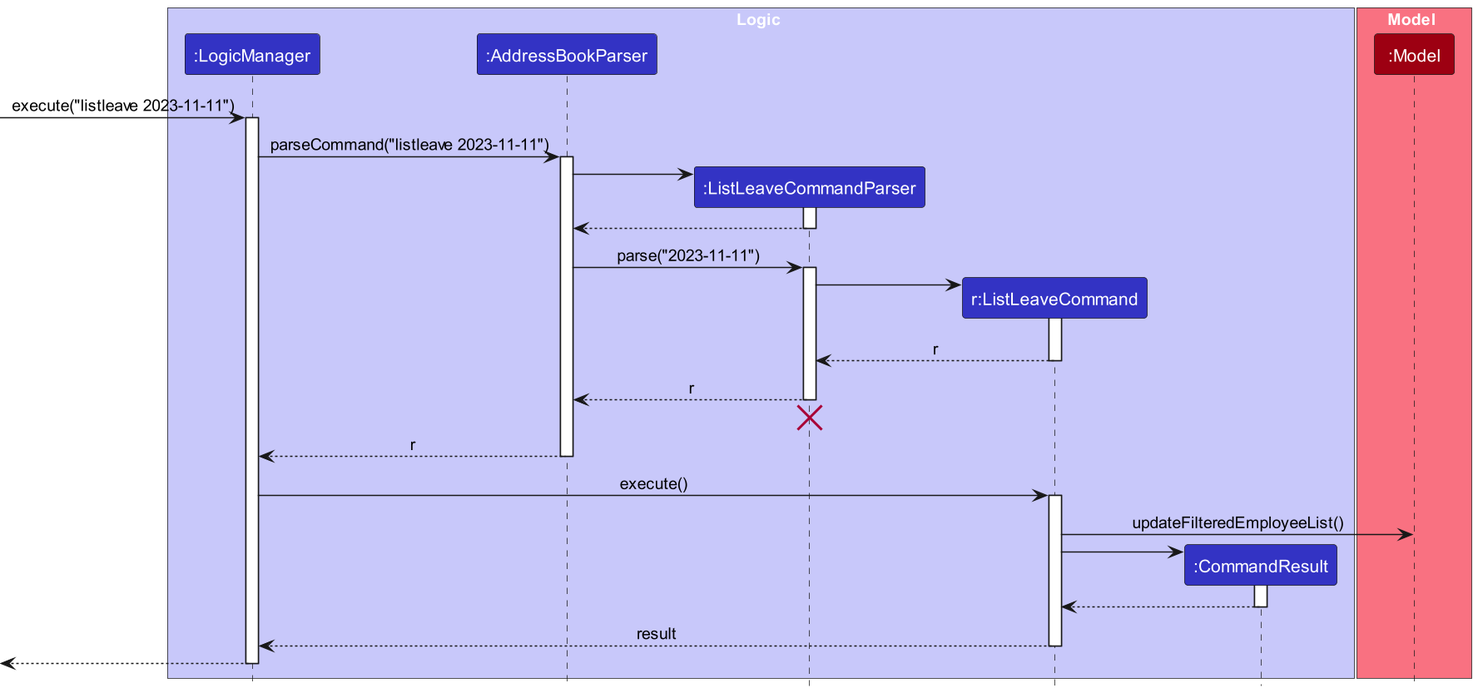
nus-cs2103-AY2324S1/tp keeps this PlantUML diagram as docs/images/uml-diagrams/ListLeaveSequenceDiagram.png. Above is the earlier version. Its source is kept beside it as docs/diagrams/ListLeaveSequenceDiagram.puml. The source it was exported from:
```plantuml
@startuml
!include style.puml
skinparam ArrowFontStyle plain

box Logic LOGIC_COLOR_T1
participant ":LogicManager" as LogicManager LOGIC_COLOR
participant ":AddressBookParser" as AddressBookParser LOGIC_COLOR
participant ":ListLeaveCommandParser" as ListLeaveCommandParser LOGIC_COLOR
participant "r:ListLeaveCommand" as ListLeaveCommand LOGIC_COLOR
participant ":CommandResult" as CommandResult LOGIC_COLOR
end box

box Model MODEL_COLOR_T1
participant ":Model" as Model MODEL_COLOR
end box

[-> LogicManager : execute("listleave 2023-11-11")
activate LogicManager

LogicManager -> AddressBookParser : parseCommand("listleave 2023-11-11")
activate AddressBookParser

create ListLeaveCommandParser
AddressBookParser -> ListLeaveCommandParser
activate ListLeaveCommandParser

ListLeaveCommandParser --> AddressBookParser
deactivate ListLeaveCommandParser

AddressBookParser -> ListLeaveCommandParser : parse("2023-11-11")
activate ListLeaveCommandParser

create ListLeaveCommand
ListLeaveCommandParser -> ListLeaveCommand
activate ListLeaveCommand

ListLeaveCommand --> ListLeaveCommandParser : r
deactivate ListLeaveCommand

ListLeaveCommandParser --> AddressBookParser : r
deactivate ListLeaveCommandParser
ListLeaveCommandParser -[hidden]-> AddressBookParser
destroy ListLeaveCommandParser

AddressBookParser --> LogicManager : r
deactivate AddressBookParser

LogicManager -> ListLeaveCommand : execute()
activate ListLeaveCommand

ListLeaveCommand -> Model : updateFilteredEmployeeList()

create CommandResult
ListLeaveCommand -> CommandResult
activate CommandResult

CommandResult --> ListLeaveCommand
deactivate CommandResult

ListLeaveCommand --> LogicManager : result
deactivate ListLeaveCommand

[<--LogicManager
deactivate LogicManager
@enduml
```
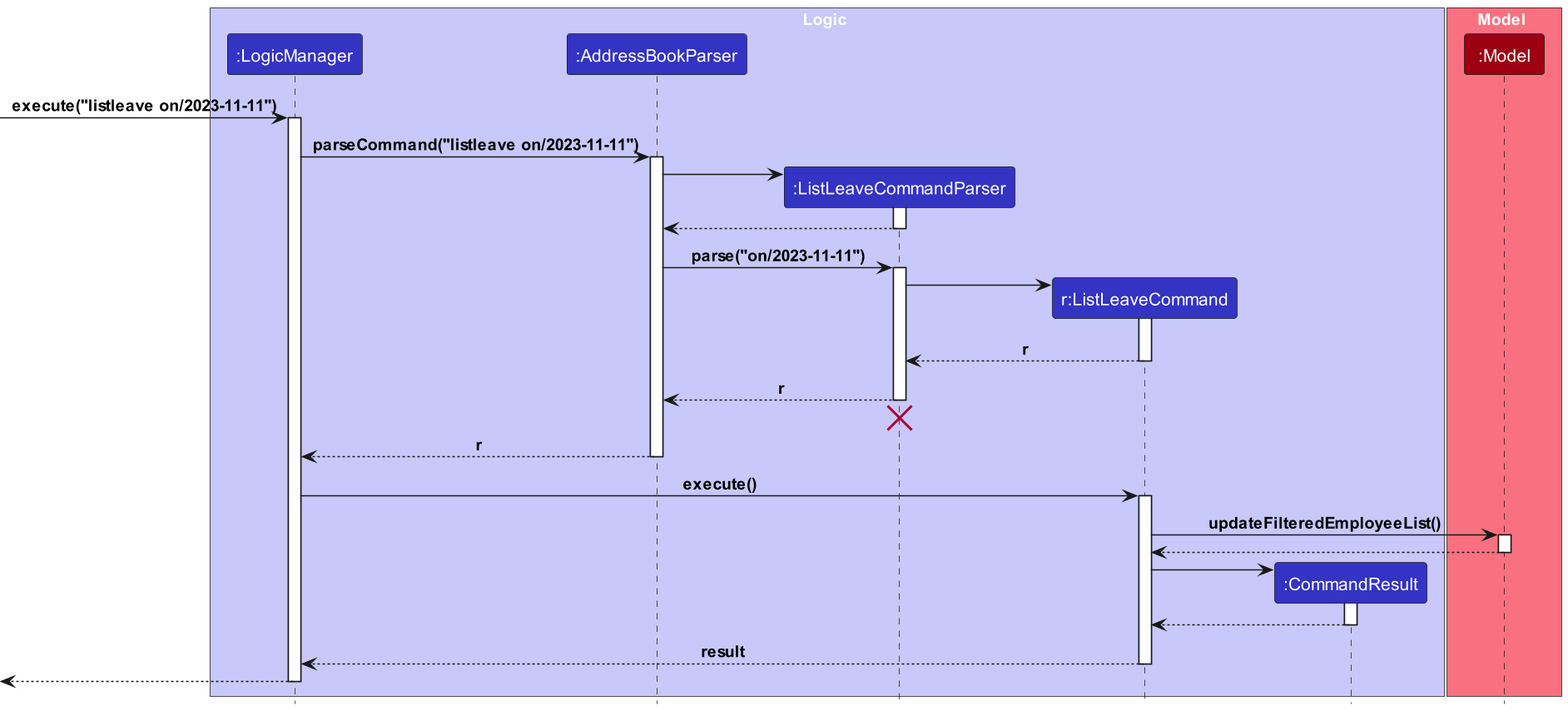
After the change.

Commit message:
Update UML diagrams for addleave and listleave

The edit, as a diff of the source:
```diff
@@ -1,6 +1,5 @@
 @startuml
 !include style.puml
-skinparam ArrowFontStyle plain
 
 box Logic LOGIC_COLOR_T1
 participant ":LogicManager" as LogicManager LOGIC_COLOR
@@ -14,10 +13,10 @@
 participant ":Model" as Model MODEL_COLOR
 end box
 
-[-> LogicManager : execute("listleave 2023-11-11")
+[-> LogicManager : execute("listleave on/2023-11-11")
 activate LogicManager
 
-LogicManager -> AddressBookParser : parseCommand("listleave 2023-11-11")
+LogicManager -> AddressBookParser : parseCommand("listleave on/2023-11-11")
 activate AddressBookParser
 
 create ListLeaveCommandParser
@@ -27,7 +26,7 @@
 ListLeaveCommandParser --> AddressBookParser
 deactivate ListLeaveCommandParser
 
-AddressBookParser -> ListLeaveCommandParser : parse("2023-11-11")
+AddressBookParser -> ListLeaveCommandParser : parse("on/2023-11-11")
 activate ListLeaveCommandParser
 
 create ListLeaveCommand
@@ -49,6 +48,10 @@
 activate ListLeaveCommand
 
 ListLeaveCommand -> Model : updateFilteredEmployeeList()
+activate Model
+
+Model --> ListLeaveCommand
+deactivate Model
 
 create CommandResult
 ListLeaveCommand -> CommandResult
```
